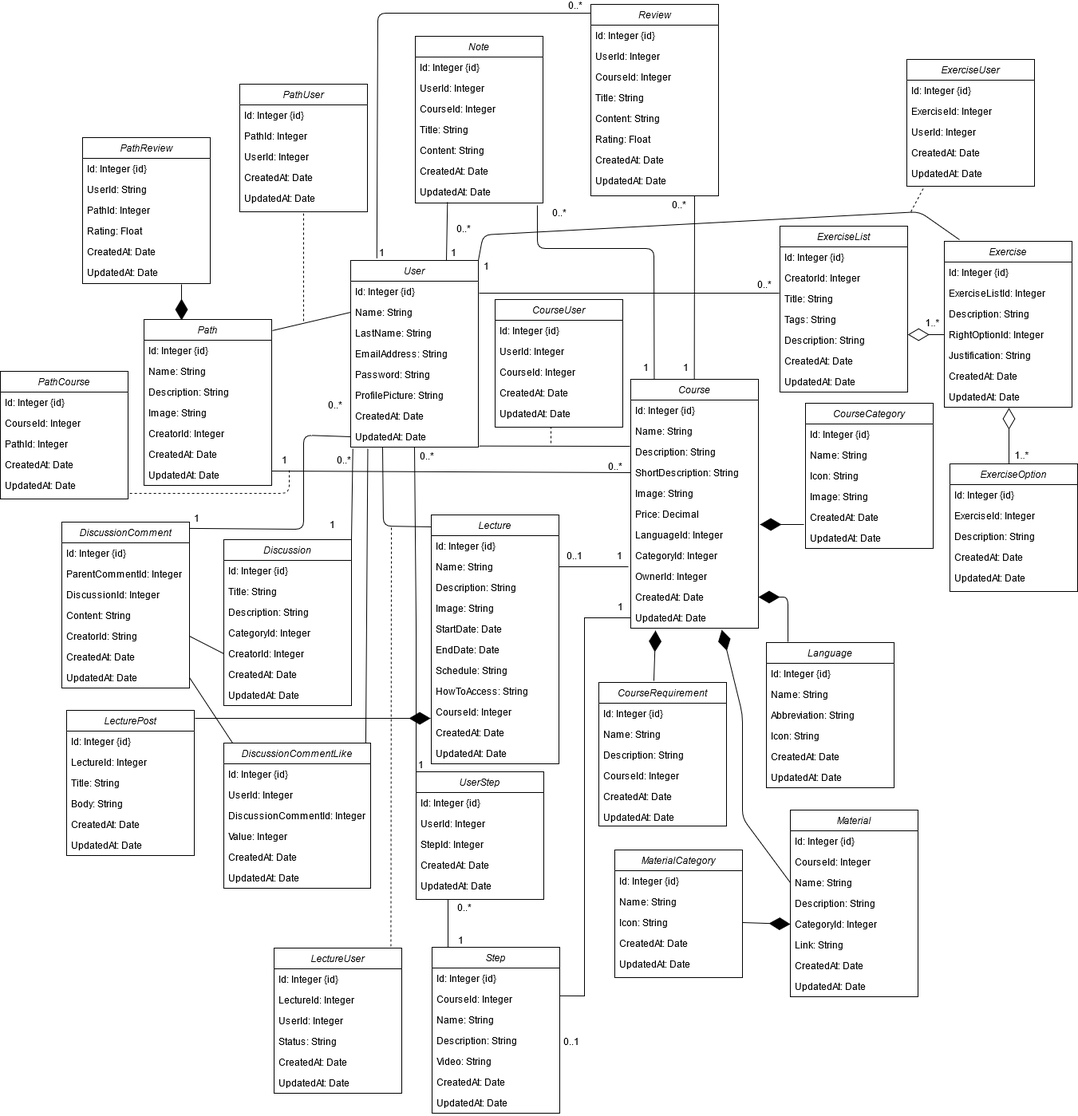
Earlier version of the draw.io export diagrams/class_diagram.png (nathangngencissk/find-a-tutor). Source tidied: cells renumbered, new cells last; positions are measured from the earlier drawing's top-left corner, leaving out a move shared by most shapes.
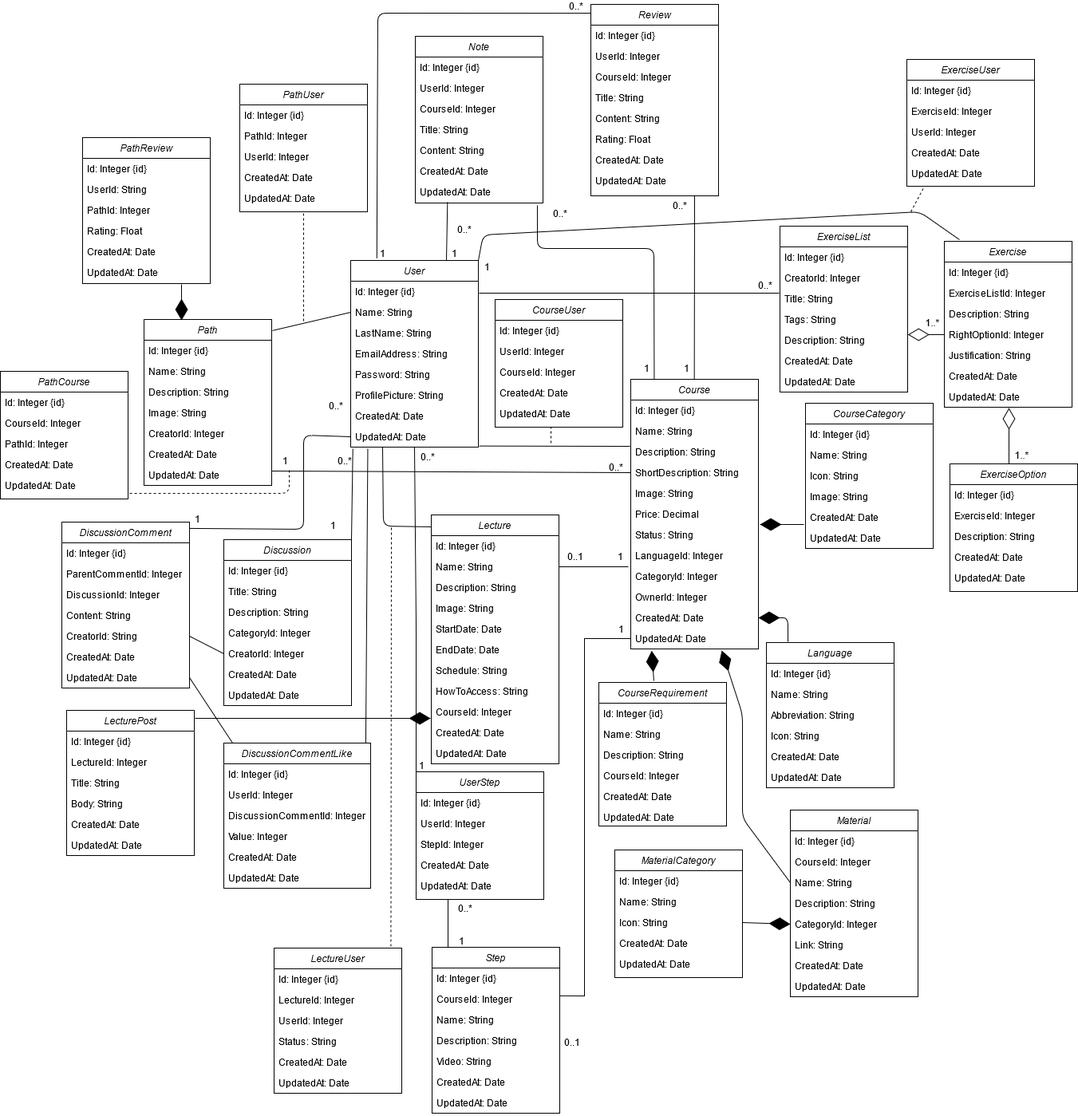
After the change.

Change to the diagram source:
```diff
@@ -30,7 +30,7 @@
       <mxGeometry y="208" width="160" height="26" as="geometry" />
     </mxCell>
     <mxCell id="11" value="Course" style="swimlane;fontStyle=2;align=center;verticalAlign=top;horizontal=1;startSize=26;rounded=0;shadow=0;strokeWidth=1;" parent="1" vertex="1">
-      <mxGeometry x="790" y="470" width="160" height="312" as="geometry" />
+      <mxGeometry x="790" y="470" width="160" height="338" as="geometry" />
     </mxCell>
     <mxCell id="12" value="Id: Integer {id}" style="text;align=left;verticalAlign=top;spacingLeft=4;spacingRight=4;overflow=hidden;" parent="11" vertex="1">
       <mxGeometry y="26" width="160" height="26" as="geometry" />
@@ -50,20 +50,23 @@
     <mxCell id="17" value="Price: Decimal" style="text;align=left;verticalAlign=top;spacingLeft=4;spacingRight=4;overflow=hidden;rounded=0;shadow=0;html=0;" parent="11" vertex="1">
       <mxGeometry y="156" width="160" height="26" as="geometry" />
     </mxCell>
+    <mxCell id="259" value="Status: String" style="text;align=left;verticalAlign=top;spacingLeft=4;spacingRight=4;overflow=hidden;rounded=0;shadow=0;html=0;" parent="11" vertex="1">
+      <mxGeometry y="182" width="160" height="26" as="geometry" />
+    </mxCell>
     <mxCell id="18" value="LanguageId: Integer" style="text;align=left;verticalAlign=top;spacingLeft=4;spacingRight=4;overflow=hidden;rounded=0;shadow=0;html=0;" parent="11" vertex="1">
-      <mxGeometry y="182" width="160" height="26" as="geometry" />
+      <mxGeometry y="208" width="160" height="26" as="geometry" />
     </mxCell>
     <mxCell id="19" value="CategoryId: Integer" style="text;align=left;verticalAlign=top;spacingLeft=4;spacingRight=4;overflow=hidden;" parent="11" vertex="1">
-      <mxGeometry y="208" width="160" height="26" as="geometry" />
+      <mxGeometry y="234" width="160" height="26" as="geometry" />
     </mxCell>
     <mxCell id="20" value="OwnerId: Integer" style="text;align=left;verticalAlign=top;spacingLeft=4;spacingRight=4;overflow=hidden;" parent="11" vertex="1">
-      <mxGeometry y="234" width="160" height="26" as="geometry" />
+      <mxGeometry y="260" width="160" height="26" as="geometry" />
     </mxCell>
     <mxCell id="21" value="CreatedAt: Date" style="text;align=left;verticalAlign=top;spacingLeft=4;spacingRight=4;overflow=hidden;points=[[0,0.5],[1,0.5]];portConstraint=eastwest;rounded=0;shadow=0;html=0;" parent="11" vertex="1">
-      <mxGeometry y="260" width="160" height="26" as="geometry" />
+      <mxGeometry y="286" width="160" height="26" as="geometry" />
     </mxCell>
     <mxCell id="22" value="UpdatedAt: Date" style="text;align=left;verticalAlign=top;spacingLeft=4;spacingRight=4;overflow=hidden;points=[[0,0.5],[1,0.5]];portConstraint=eastwest;rounded=0;shadow=0;html=0;" parent="11" vertex="1">
-      <mxGeometry y="286" width="160" height="26" as="geometry" />
+      <mxGeometry y="312" width="160" height="26" as="geometry" />
     </mxCell>
     <mxCell id="23" value="CourseCategory" style="swimlane;fontStyle=2;align=center;verticalAlign=top;horizontal=1;startSize=26;rounded=0;shadow=0;strokeWidth=1;" parent="1" vertex="1">
       <mxGeometry x="1009" y="500" width="160" height="182" as="geometry" />
@@ -569,11 +572,11 @@
     <mxCell id="184" style="endArrow=diamondThin;endFill=1;endSize=24;html=1;entryX=1;entryY=0.5;entryDx=0;entryDy=0;exitX=0.169;exitY=-0.005;exitDx=0;exitDy=0;exitPerimeter=0;" parent="1" edge="1" source="166" target="21">
       <mxGeometry relative="1" as="geometry">
         <Array as="points">
-          <mxPoint x="987" y="743" />
+          <mxPoint x="987" y="769" />
         </Array>
       </mxGeometry>
     </mxCell>
-    <mxCell id="185" style="endArrow=diamondThin;endFill=1;endSize=24;html=1;entryX=0.194;entryY=1.115;entryDx=0;entryDy=0;entryPerimeter=0;exitX=0.431;exitY=-0.011;exitDx=0;exitDy=0;exitPerimeter=0;" parent="1" edge="1" source="39" target="22">
+    <mxCell id="185" style="endArrow=diamondThin;endFill=1;endSize=24;html=1;exitX=0.431;exitY=-0.011;exitDx=0;exitDy=0;exitPerimeter=0;entryX=0.164;entryY=1.089;entryDx=0;entryDy=0;entryPerimeter=0;" parent="1" edge="1" source="39" target="22">
       <mxGeometry relative="1" as="geometry" />
     </mxCell>
     <mxCell id="186" style="endArrow=none;html=1;rounded=0;entryX=1;entryY=0.5;entryDx=0;entryDy=0;exitX=0;exitY=0.5;exitDx=0;exitDy=0;" parent="1" edge="1" source="15">
@@ -792,7 +795,7 @@
     <mxCell id="236" style="endArrow=none;html=1;rounded=0;exitX=0;exitY=0.5;exitDx=0;exitDy=0;entryX=1.001;entryY=0.341;entryDx=0;entryDy=0;entryPerimeter=0;" parent="1" edge="1" source="22" target="60">
       <mxGeometry relative="1" as="geometry">
         <Array as="points">
-          <mxPoint x="732" y="769" />
+          <mxPoint x="732" y="795" />
           <mxPoint x="732" y="1243" />
         </Array>
       </mxGeometry>
@@ -803,7 +806,7 @@
       </mxGeometry>
     </mxCell>
     <mxCell id="238" value="1" style="html=1;align=right;verticalAlign=bottom;" parent="1" vertex="1">
-      <mxGeometry x="790" y="733" as="geometry">
+      <mxGeometry x="790" y="760" as="geometry">
         <mxPoint x="-9" y="31" as="offset" />
       </mxGeometry>
     </mxCell>
```
